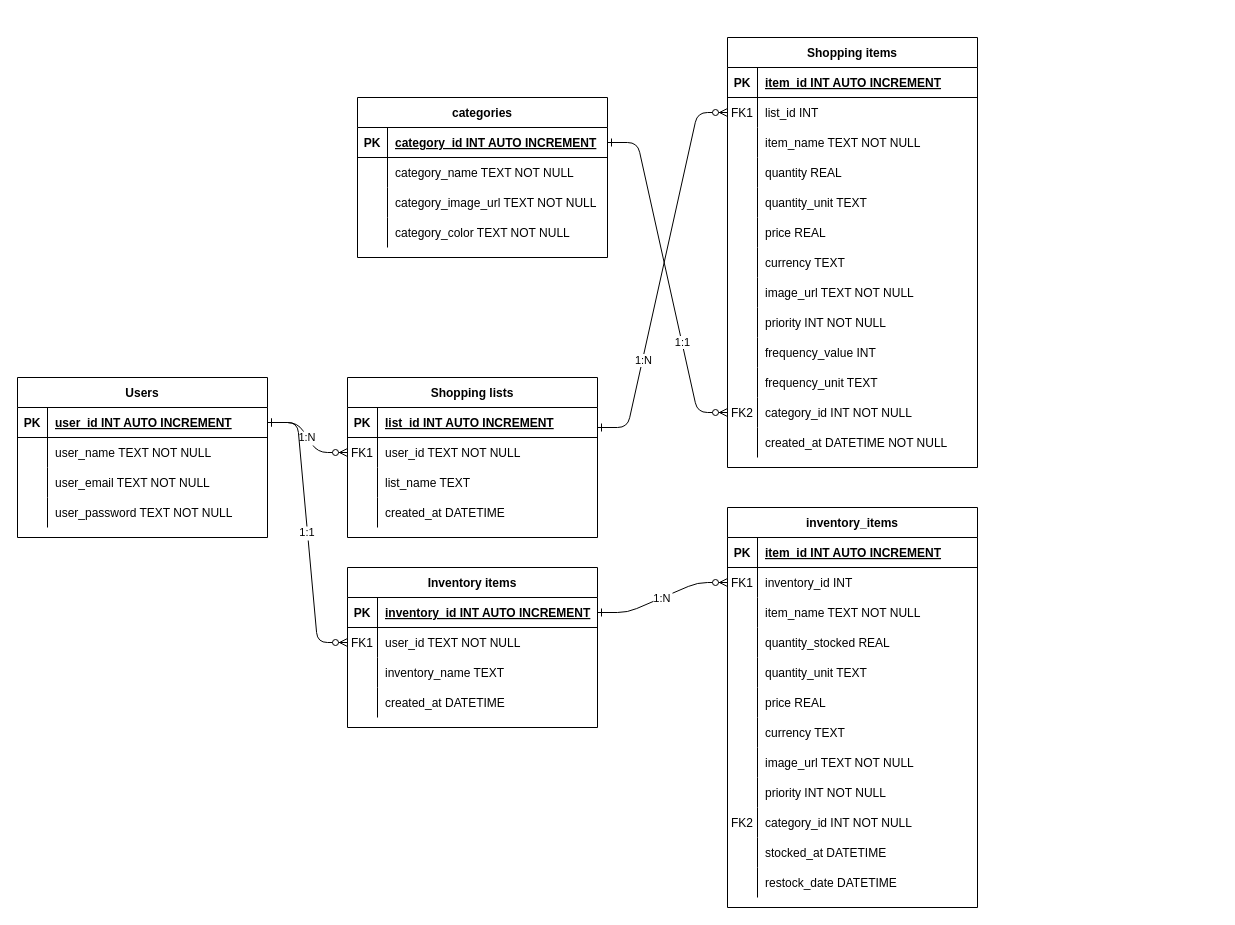
Before: Database ERD.drawio in oduwairi/SmartShoppingList-NEU, a draw.io diagram. Source tidied: cells renumbered, new cells numbered last; positions are measured from the earlier drawing's top-left corner, leaving out a move shared by most shapes. Both pictures are drawn from the tidied source at 100%, with x=0, y=0 at pixel (17, 37).
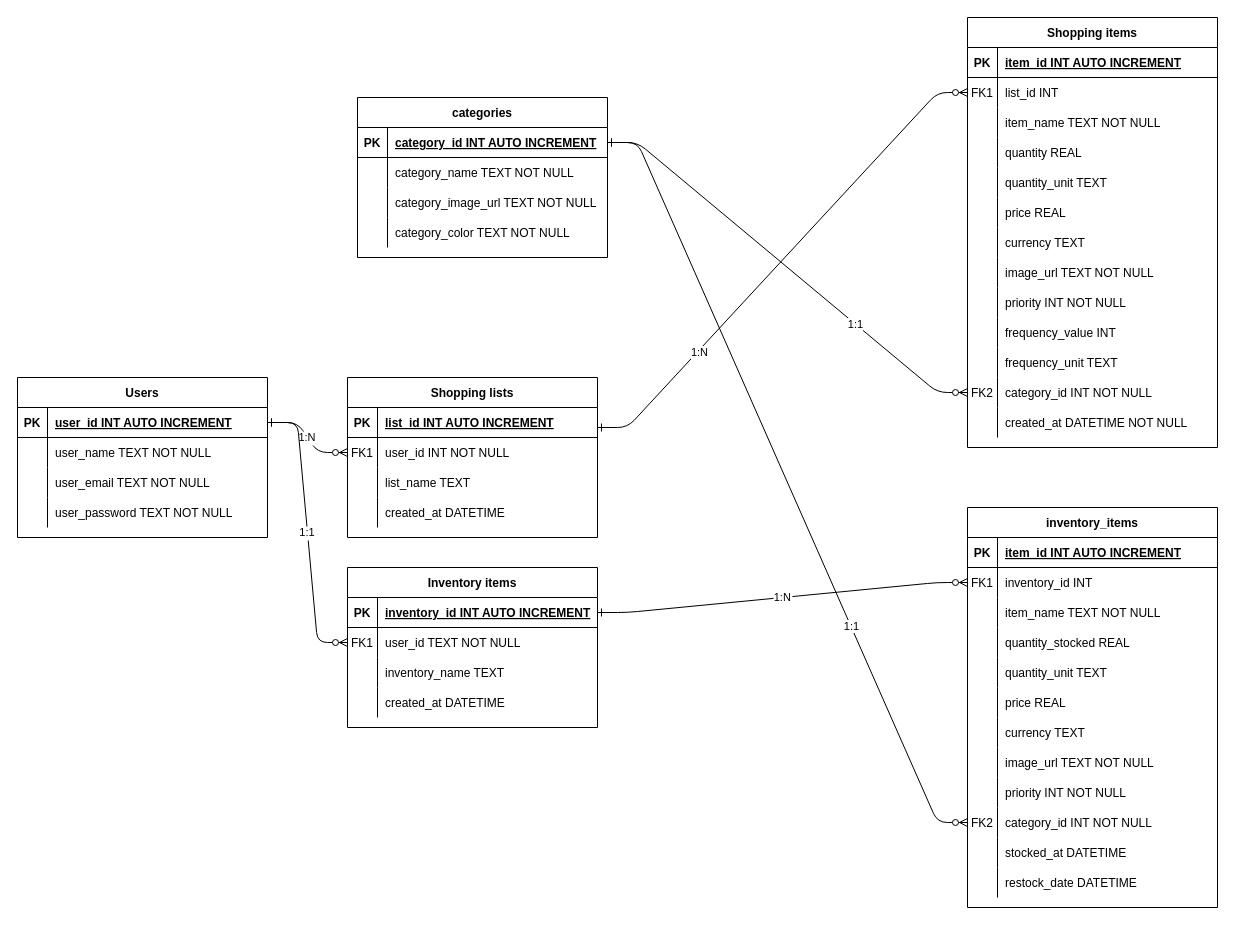
The same page after the edit.

The change refers to these unchanged cells:
```xml
<mxCell id="7" style="shape=partialRectangle;fillColor=none;points=[[0,0.5],[1,0.5]];portConstraint=eastwest;top=0;left=0;right=0;bottom=0;" parent="3" vertex="1">
  <mxGeometry y="60" width="250" height="30" as="geometry" />
</mxCell>
<mxCell id="113" style="shape=partialRectangle;fillColor=none;points=[[0,0.5],[1,0.5]];portConstraint=eastwest;top=0;left=0;right=0;bottom=0;" parent="85" vertex="1">
  <mxGeometry y="300" width="250" height="30" as="geometry" />
</mxCell>
<mxCell id="124" style="shape=partialRectangle;fillColor=none;points=[[0,0.5],[1,0.5]];portConstraint=eastwest;top=0;left=0;right=0;bottom=1;" parent="123" vertex="1">
  <mxGeometry y="30" width="250" height="30" as="geometry" />
</mxCell>
```

Change to the diagram source:
```diff
@@
-    <mxCell id="9" value="user_id TEXT NOT NULL" style="shape=partialRectangle;overflow=hidden;fillColor=none;top=0;left=0;bottom=0;right=0;align=left;spacingLeft=6;" parent="7" vertex="1">
+    <mxCell id="9" value="user_id INT NOT NULL" style="shape=partialRectangle;overflow=hidden;fillColor=none;top=0;left=0;bottom=0;right=0;align=left;spacingLeft=6;" parent="7" vertex="1">
       <mxGeometry x="30" width="220" height="30" as="geometry" />
     </mxCell>
@@
     <mxCell id="43" value="Shopping items" style="shape=table;startSize=30;childLayout=tableLayout;rowLines=0;fontStyle=1;align=center;" parent="1" vertex="1">
-      <mxGeometry x="710" width="250" height="430" as="geometry" />
+      <mxGeometry x="950" y="-20" width="250" height="430" as="geometry" />
     </mxCell>
@@
     <mxCell id="85" value="inventory_items" style="shape=table;startSize=30;childLayout=tableLayout;rowLines=0;fontStyle=1;align=center;" parent="1" vertex="1">
-      <mxGeometry x="710" y="470" width="250" height="400" as="geometry" />
+      <mxGeometry x="950" y="470" width="250" height="400" as="geometry" />
     </mxCell>
@@
+    <mxCell id="138" style="edgeStyle=entityRelationEdgeStyle;endArrow=ERzeroToMany;startArrow=ERone;endFill=1;startFill=0;entryX=0;entryY=0.5;entryDx=0;entryDy=0;exitX=1;exitY=0.5;exitDx=0;exitDy=0;" parent="1" edge="1" source="124" target="113">
+      <mxGeometry relative="1" as="geometry">
+        <Array as="points">
+          <mxPoint x="640" y="575" />
+          <mxPoint x="660" y="425" />
+        </Array>
+      </mxGeometry>
+    </mxCell>
+    <mxCell id="139" value="1:1" style="edgeLabel;html=1;align=center;verticalAlign=middle;" parent="138" vertex="1">
+      <mxGeometry x="0.39" relative="1" as="geometry" />
+    </mxCell>
```
